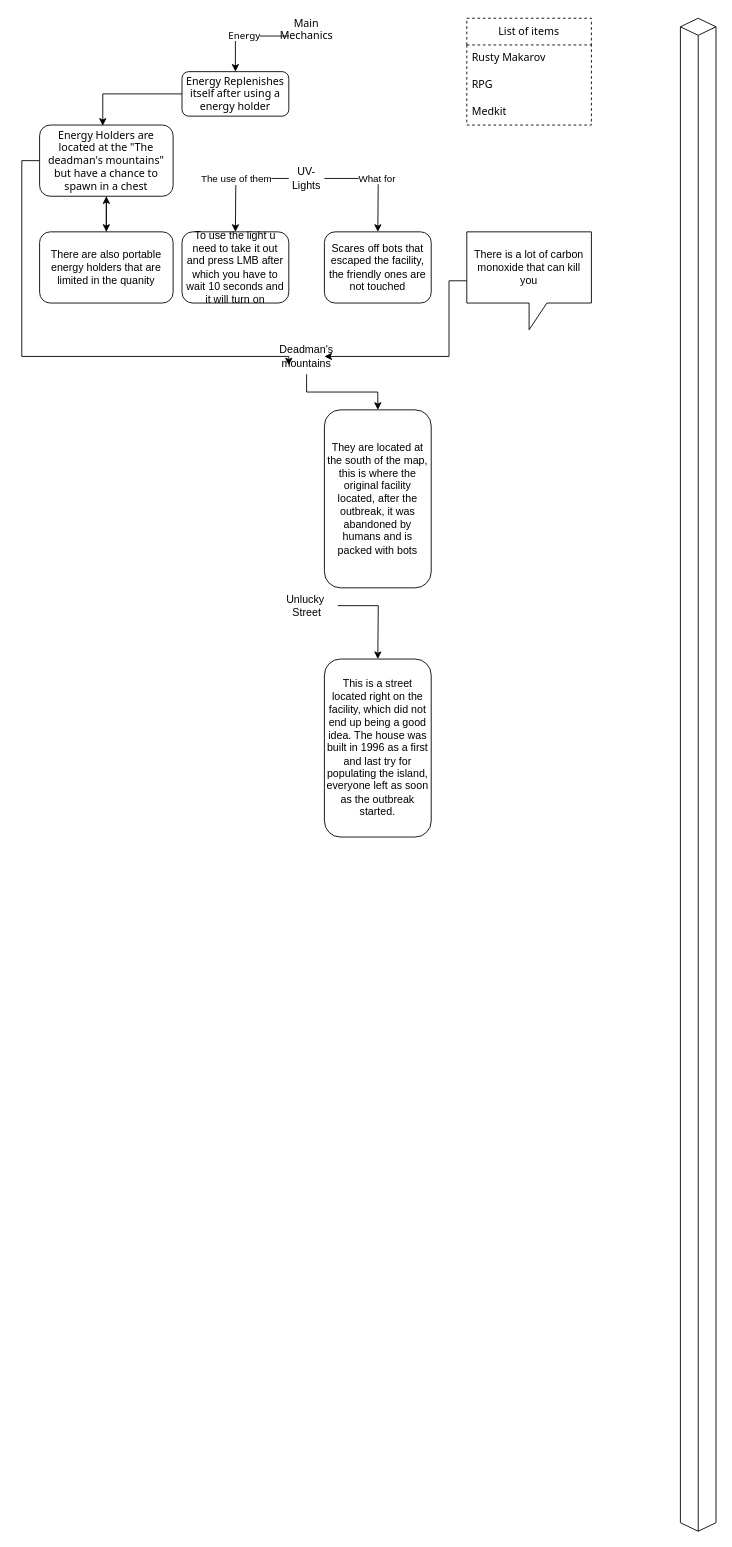
Earlier version of the draw.io diagram ProjectSouth.drawio (limoncatt/projectsouthdocum). Source tidied: cells renumbered, new cells numbered last; positions are measured from the earlier drawing's top-left corner, leaving out a move shared by most shapes. Both pictures are drawn from the tidied source at 89%, with x=0, y=0 at pixel (21, 18).
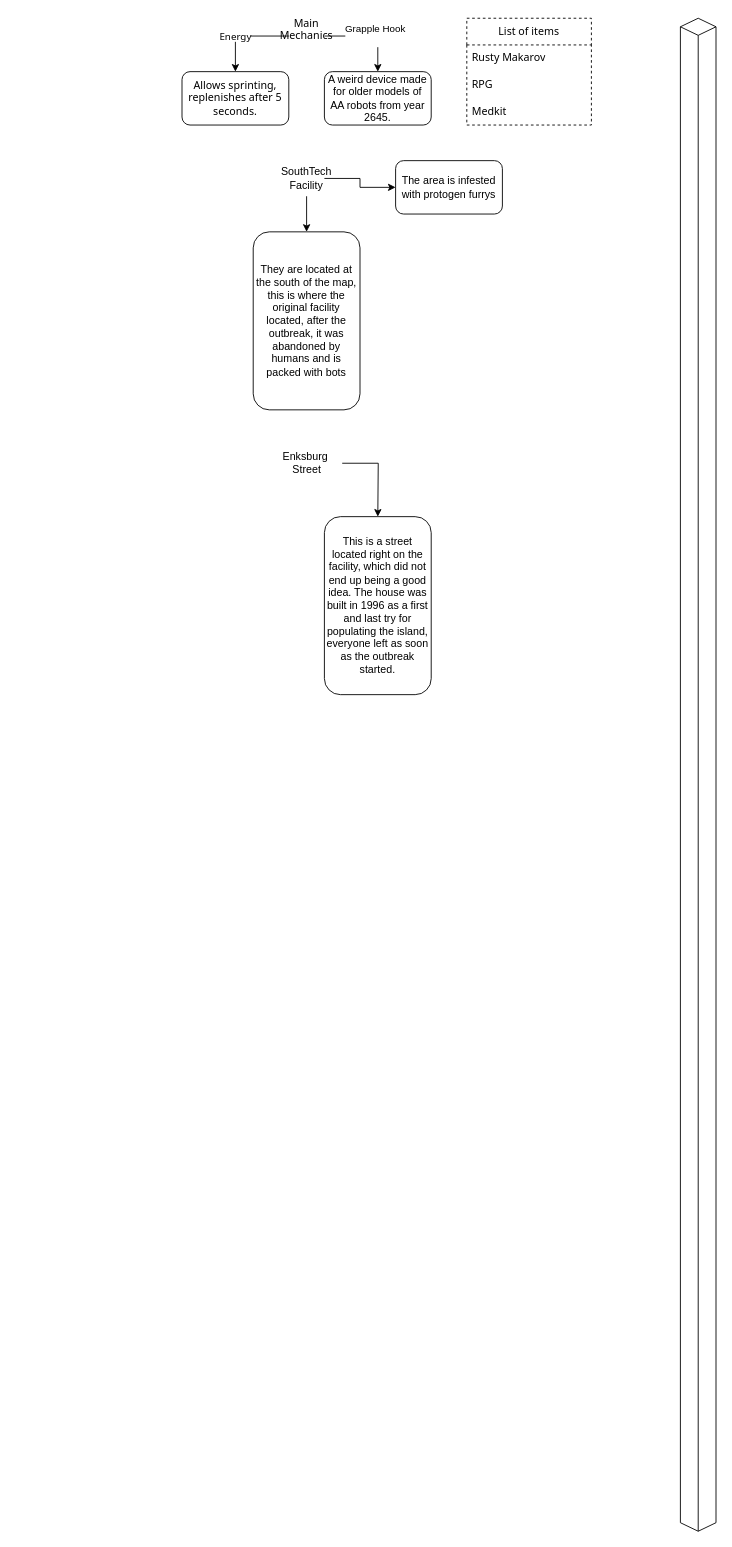
The same diagram, later.

Unchanged cells that the change refers to:
```xml
<mxCell id="3" value="Main Mechanics&lt;div&gt;&lt;br&gt;&lt;/div&gt;" style="text;html=1;align=center;verticalAlign=middle;whiteSpace=wrap;rounded=0;fontFamily=Tahoma;horizontal=1;" parent="1" vertex="1">
  <mxGeometry x="300" width="40" height="40" as="geometry" />
</mxCell>
```

Diff of the diagram source:
```diff
@@
     <mxCell id="2" value="Energy" style="edgeStyle=orthogonalEdgeStyle;rounded=0;jettySize=auto;html=1;fontFamily=Tahoma;horizontal=1;" parent="1" edge="1" source="3" target="4">
-      <mxGeometry y="-1" relative="1" as="geometry">
+      <mxGeometry x="0.2" relative="1" as="geometry">
         <Array as="points">
           <mxPoint x="240" y="20" />
         </Array>
       </mxGeometry>
     </mxCell>
+    <mxCell id="31" style="edgeStyle=orthogonalEdgeStyle;rounded=0;jettySize=auto;html=1;exitX=1;exitY=0.5;exitDx=0;exitDy=0;entryX=0.5;entryY=0;entryDx=0;entryDy=0;" parent="1" edge="1" source="3" target="34">
+      <mxGeometry relative="1" as="geometry" />
+    </mxCell>
+    <mxCell id="32" value="Grapple Hook&lt;div&gt;&lt;br&gt;&lt;/div&gt;" style="edgeLabel;html=1;align=center;verticalAlign=middle;" parent="31" vertex="1">
+      <mxGeometry x="0.13" y="2" relative="1" as="geometry" />
+    </mxCell>
@@
-    <mxCell id="4" value="Energy Replenishes itself after using a energy holder" style="rounded=1;whiteSpace=wrap;html=1;fontFamily=Tahoma;horizontal=1;" parent="1" vertex="1">
-      <mxGeometry x="180" y="60" width="120" height="50" as="geometry" />
+    <mxCell id="4" value="Allows sprinting, replenishes after 5 seconds." style="rounded=1;whiteSpace=wrap;html=1;fontFamily=Tahoma;horizontal=1;" parent="1" vertex="1">
+      <mxGeometry x="180" y="60" width="120" height="60" as="geometry" />
     </mxCell>
-    <mxCell id="5" style="edgeStyle=orthogonalEdgeStyle;rounded=0;jettySize=auto;html=1;exitX=0.5;exitY=1;exitDx=0;exitDy=0;entryX=0.5;entryY=0;entryDx=0;entryDy=0;" parent="1" edge="1" source="7" target="14">
-      <mxGeometry relative="1" as="geometry" />
-    </mxCell>
-    <mxCell id="6" style="edgeStyle=orthogonalEdgeStyle;rounded=0;jettySize=auto;html=1;entryX=0;entryY=0.75;entryDx=0;entryDy=0;" parent="1" edge="1" source="7" target="24">
-      <mxGeometry relative="1" as="geometry">
-        <Array as="points">
-          <mxPoint y="160" />
-          <mxPoint y="380" />
-        </Array>
-      </mxGeometry>
-    </mxCell>
-    <mxCell id="7" value="Energy Holders are located at the &quot;The deadman's mountains&quot; but have a chance to spawn in a ches&lt;span style=&quot;background-color: initial;&quot;&gt;t&lt;/span&gt;" style="rounded=1;whiteSpace=wrap;html=1;fontFamily=Tahoma;horizontal=1;" parent="1" vertex="1">
-      <mxGeometry x="20" y="120" width="150" height="80" as="geometry" />
-    </mxCell>
-    <mxCell id="8" style="edgeStyle=orthogonalEdgeStyle;rounded=0;jettySize=auto;html=1;exitX=0;exitY=0.5;exitDx=0;exitDy=0;entryX=0.473;entryY=0.01;entryDx=0;entryDy=0;entryPerimeter=0;" parent="1" edge="1" source="4" target="7">
-      <mxGeometry relative="1" as="geometry" />
-    </mxCell>
@@
-    <mxCell id="13" style="edgeStyle=orthogonalEdgeStyle;rounded=0;jettySize=auto;html=1;" parent="1" edge="1" source="14" target="7">
-      <mxGeometry relative="1" as="geometry" />
-    </mxCell>
-    <mxCell id="14" value="There are also portable energy holders that are limited in the quanity" style="rounded=1;whiteSpace=wrap;html=1;" parent="1" vertex="1">
-      <mxGeometry x="20" y="240" width="150" height="80" as="geometry" />
-    </mxCell>
-    <mxCell id="15" style="edgeStyle=orthogonalEdgeStyle;rounded=0;jettySize=auto;html=1;" parent="1" edge="1" source="19">
-      <mxGeometry relative="1" as="geometry">
-        <mxPoint x="240" y="240" as="targetPoint" />
-      </mxGeometry>
-    </mxCell>
-    <mxCell id="16" value="The use of them" style="edgeLabel;html=1;align=center;verticalAlign=middle;" parent="15" vertex="1">
-      <mxGeometry x="0.14" relative="1" as="geometry">
-        <mxPoint y="-8" as="offset" />
-      </mxGeometry>
-    </mxCell>
-    <mxCell id="17" style="edgeStyle=orthogonalEdgeStyle;rounded=0;jettySize=auto;html=1;" parent="1" edge="1" source="19">
-      <mxGeometry relative="1" as="geometry">
-        <mxPoint x="400" y="240" as="targetPoint" />
-      </mxGeometry>
-    </mxCell>
-    <mxCell id="18" value="What for" style="edgeLabel;html=1;align=center;verticalAlign=middle;" parent="17" vertex="1">
-      <mxGeometry x="-0.04" y="1" relative="1" as="geometry" />
-    </mxCell>
-    <mxCell id="19" value="UV-Lights" style="text;html=1;align=center;verticalAlign=middle;whiteSpace=wrap;rounded=0;" parent="1" vertex="1">
-      <mxGeometry x="300" y="160" width="40" height="40" as="geometry" />
-    </mxCell>
-    <mxCell id="20" value="To use the light u need to take it out and press LMB after which you have to wait 10 seconds and it will turn on" style="rounded=1;whiteSpace=wrap;html=1;" parent="1" vertex="1">
-      <mxGeometry x="180" y="240" width="120" height="80" as="geometry" />
-    </mxCell>
-    <mxCell id="21" value="Scares off bots that escaped the facility, the friendly ones are not touched" style="rounded=1;whiteSpace=wrap;html=1;" parent="1" vertex="1">
-      <mxGeometry x="340" y="240" width="120" height="80" as="geometry" />
-    </mxCell>
@@
+    <mxCell id="33" style="edgeStyle=orthogonalEdgeStyle;rounded=0;jettySize=auto;html=1;entryX=0;entryY=0.5;entryDx=0;entryDy=0;" parent="1" edge="1" source="24" target="35">
+      <mxGeometry relative="1" as="geometry" />
+    </mxCell>
-    <mxCell id="24" value="Deadman's mountains" style="text;html=1;align=center;verticalAlign=middle;whiteSpace=wrap;rounded=0;" parent="1" vertex="1">
-      <mxGeometry x="300" y="360" width="40" height="40" as="geometry" />
+    <mxCell id="24" value="SouthTech Facility" style="text;html=1;align=center;verticalAlign=middle;whiteSpace=wrap;rounded=0;" parent="1" vertex="1">
+      <mxGeometry x="300" y="160" width="40" height="40" as="geometry" />
     </mxCell>
     <mxCell id="25" value="They are located at the south of the map, this is where the original facility located, after the outbreak, it was abandoned by humans and is packed with bots" style="rounded=1;whiteSpace=wrap;html=1;" parent="1" vertex="1">
-      <mxGeometry x="340" y="440" width="120" height="200" as="geometry" />
+      <mxGeometry x="260" y="240" width="120" height="200" as="geometry" />
     </mxCell>
-    <mxCell id="26" style="edgeStyle=orthogonalEdgeStyle;rounded=0;jettySize=auto;html=1;entryX=1;entryY=0.5;entryDx=0;entryDy=0;" parent="1" edge="1" source="27" target="24">
-      <mxGeometry relative="1" as="geometry">
-        <Array as="points">
-          <mxPoint x="480" y="295" />
-          <mxPoint x="480" y="380" />
-        </Array>
-      </mxGeometry>
-    </mxCell>
-    <mxCell id="27" value="There is a lot of carbon monoxide that can kill you" style="shape=callout;whiteSpace=wrap;html=1;perimeter=calloutPerimeter;" parent="1" vertex="1">
-      <mxGeometry x="500" y="240" width="140" height="110" as="geometry" />
-    </mxCell>
     <mxCell id="28" style="edgeStyle=orthogonalEdgeStyle;rounded=0;jettySize=auto;html=1;" parent="1" edge="1" source="29">
       <mxGeometry relative="1" as="geometry">
-        <mxPoint x="400" y="720" as="targetPoint" />
+        <mxPoint x="400" y="560" as="targetPoint" />
       </mxGeometry>
     </mxCell>
-    <mxCell id="29" value="Unlucky&amp;nbsp;&lt;div&gt;Street&lt;/div&gt;" style="text;html=1;align=center;verticalAlign=middle;points=[];strokeColor=none;fillColor=none;" parent="1" vertex="1">
-      <mxGeometry x="285" y="640" width="70" height="40" as="geometry" />
+    <mxCell id="29" value="Enksburg&amp;nbsp;&lt;div&gt;Street&lt;/div&gt;" style="text;html=1;align=center;verticalAlign=middle;points=[];strokeColor=none;fillColor=none;" parent="1" vertex="1">
+      <mxGeometry x="280" y="480" width="80" height="40" as="geometry" />
     </mxCell>
     <mxCell id="30" value="This is a street located right on the facility, which did not end up being a good idea. The house was built in 1996 as a first and last try for populating the island, everyone left as soon as the outbreak started." style="rounded=1;whiteSpace=wrap;html=1;" parent="1" vertex="1">
-      <mxGeometry x="340" y="720" width="120" height="200" as="geometry" />
+      <mxGeometry x="340" y="560" width="120" height="200" as="geometry" />
     </mxCell>
+    <mxCell id="34" value="A weird device made for older models of AA robots from year 2645." style="rounded=1;whiteSpace=wrap;html=1;" parent="1" vertex="1">
+      <mxGeometry x="340" y="60" width="120" height="60" as="geometry" />
+    </mxCell>
+    <mxCell id="35" value="The area is infested with protogen furrys" style="rounded=1;whiteSpace=wrap;html=1;" parent="1" vertex="1">
+      <mxGeometry x="420" y="160" width="120" height="60" as="geometry" />
+    </mxCell>
```
